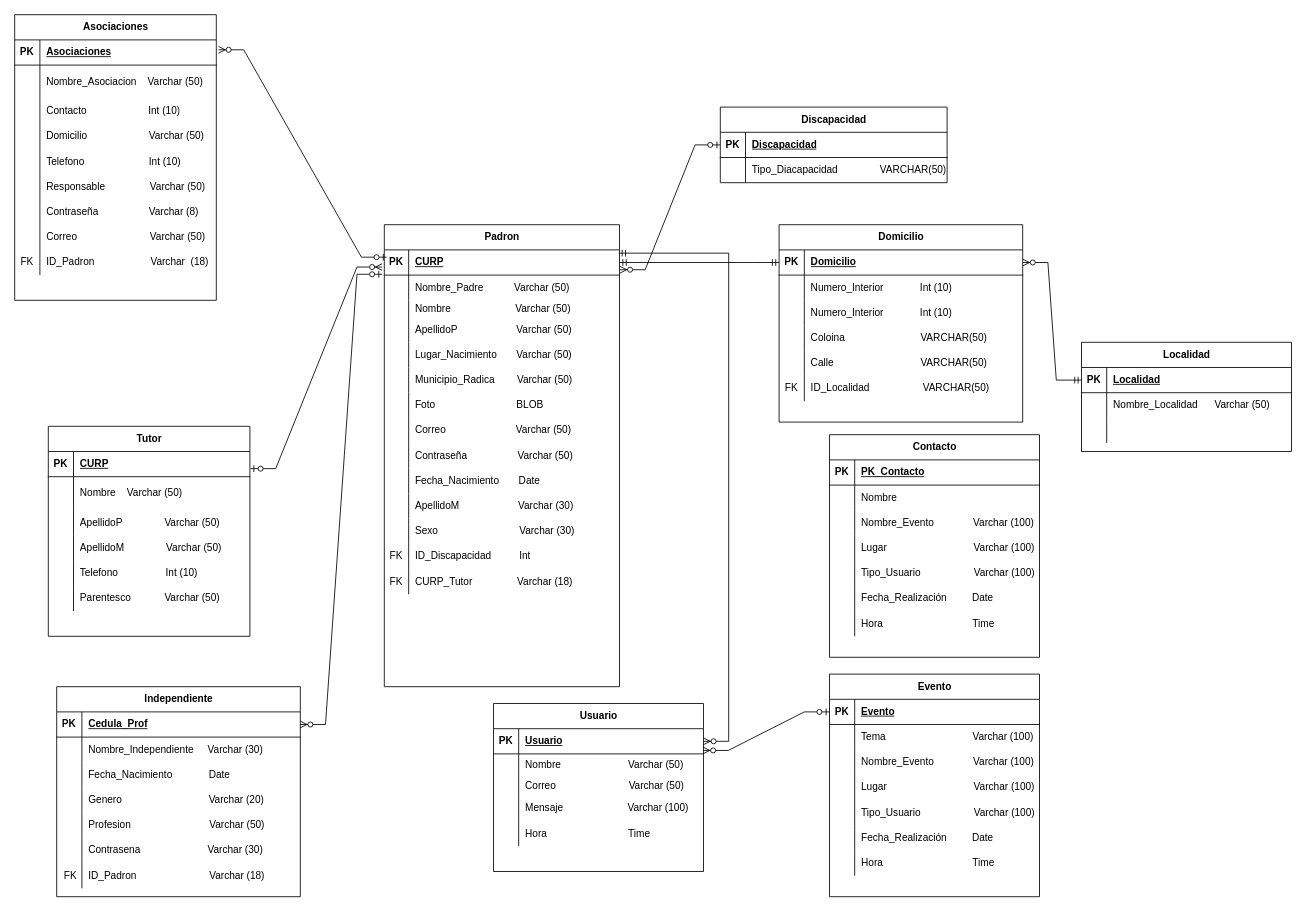
OSCARCH2002/diagramas keeps this draw.io diagram as diccionario_de_datos.drawio. Above is the earlier version. Source tidied: cells renumbered, new cells numbered last; positions are measured from the earlier drawing's top-left corner, leaving out a move shared by most shapes. Both pictures are drawn from the tidied source at 84%, with x=0, y=0 at pixel (14, 14).
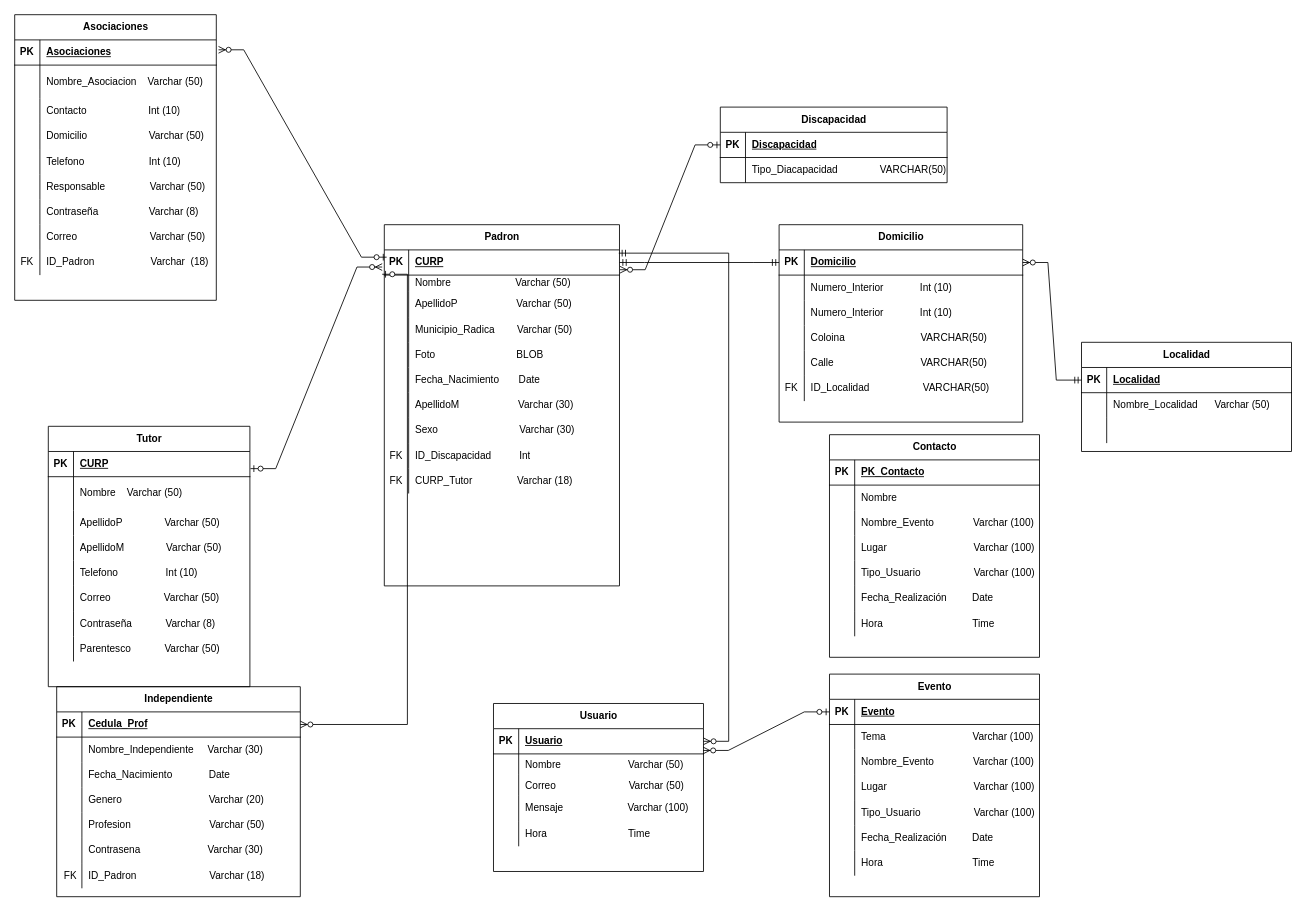
The same diagram, later.

The change refers to these unchanged cells:
```xml
<mxCell id="156" style="shape=tableRow;horizontal=0;startSize=0;swimlaneHead=0;swimlaneBody=0;fillColor=none;points=[[0,0.5],[1,0.5]];portConstraint=eastwest;top=0;left=0;right=0;bottom=1;" parent="155" vertex="1">
  <mxGeometry y="30" width="290" height="30" as="geometry" />
</mxCell>
<mxCell id="193" style="shape=tableRow;horizontal=0;startSize=0;swimlaneHead=0;swimlaneBody=0;fillColor=none;top=0;left=0;right=0;bottom=0;" parent="177" vertex="1">
  <mxGeometry y="190" width="240" height="30" as="geometry" />
</mxCell>
```

What changed in the source:
```diff
@@
     <mxCell id="30" value="Padron" style="shape=table;startSize=30;childLayout=tableLayout;rowLines=0;fontStyle=1;align=center;html=1;" parent="1" vertex="1">
-      <mxGeometry x="440" y="250" width="280" height="550" as="geometry" />
+      <mxGeometry x="440" y="250" width="280" height="430" as="geometry" />
     </mxCell>
@@
-    <mxCell id="34" style="shape=tableRow;horizontal=0;startSize=0;swimlaneHead=0;swimlaneBody=0;fillColor=none;points=[[0,0.5],[1,0.5]];portConstraint=eastwest;top=0;left=0;right=0;bottom=0;" parent="30" vertex="1">
-      <mxGeometry y="60" width="280" height="30" as="geometry" />
-    </mxCell>
-    <mxCell id="35" style="shape=partialRectangle;fillColor=none;top=0;left=0;bottom=0;right=0;overflow=hidden;whiteSpace=wrap;html=1;" parent="34" vertex="1">
-      <mxGeometry width="29" height="30" as="geometry" />
-    </mxCell>
-    <mxCell id="36" value="Nombre_Padre&amp;nbsp; &amp;nbsp; &amp;nbsp; &amp;nbsp; &amp;nbsp; &amp;nbsp;Varchar (50)" style="shape=partialRectangle;fillColor=none;top=0;left=0;bottom=0;right=0;align=left;spacingLeft=6;overflow=hidden;whiteSpace=wrap;html=1;" parent="34" vertex="1">
-      <mxGeometry x="29" width="251" height="30" as="geometry" />
-    </mxCell>
     <mxCell id="37" style="shape=tableRow;horizontal=0;startSize=0;swimlaneHead=0;swimlaneBody=0;fillColor=none;top=0;left=0;right=0;bottom=0;" parent="30" vertex="1">
-      <mxGeometry y="90" width="280" height="20" as="geometry" />
+      <mxGeometry y="60" width="280" height="20" as="geometry" />
     </mxCell>
@@
     <mxCell id="40" style="shape=tableRow;horizontal=0;startSize=0;swimlaneHead=0;swimlaneBody=0;fillColor=none;top=0;left=0;right=0;bottom=0;" parent="30" vertex="1">
-      <mxGeometry y="110" width="280" height="30" as="geometry" />
+      <mxGeometry y="80" width="280" height="30" as="geometry" />
     </mxCell>
@@
-    <mxCell id="43" style="shape=tableRow;horizontal=0;startSize=0;swimlaneHead=0;swimlaneBody=0;fillColor=none;top=0;left=0;right=0;bottom=0;" parent="30" vertex="1">
-      <mxGeometry y="140" width="280" height="30" as="geometry" />
-    </mxCell>
-    <mxCell id="44" style="shape=partialRectangle;fillColor=none;top=0;left=0;bottom=0;right=0;overflow=hidden;whiteSpace=wrap;html=1;" parent="43" vertex="1">
-      <mxGeometry width="29" height="30" as="geometry" />
-    </mxCell>
-    <mxCell id="45" value="Lugar_Nacimiento&amp;nbsp; &amp;nbsp; &amp;nbsp; &amp;nbsp;Varchar (50)" style="shape=partialRectangle;fillColor=none;top=0;left=0;bottom=0;right=0;align=left;spacingLeft=6;overflow=hidden;whiteSpace=wrap;html=1;" parent="43" vertex="1">
-      <mxGeometry x="29" width="251" height="30" as="geometry" />
-    </mxCell>
     <mxCell id="46" style="shape=tableRow;horizontal=0;startSize=0;swimlaneHead=0;swimlaneBody=0;fillColor=none;top=0;left=0;right=0;bottom=0;" parent="30" vertex="1">
-      <mxGeometry y="170" width="280" height="30" as="geometry" />
+      <mxGeometry y="110" width="280" height="30" as="geometry" />
     </mxCell>
@@
     <mxCell id="49" style="shape=tableRow;horizontal=0;startSize=0;swimlaneHead=0;swimlaneBody=0;fillColor=none;top=0;left=0;right=0;bottom=0;" parent="30" vertex="1">
-      <mxGeometry y="200" width="280" height="30" as="geometry" />
+      <mxGeometry y="140" width="280" height="30" as="geometry" />
     </mxCell>
@@
-    <mxCell id="52" style="shape=tableRow;horizontal=0;startSize=0;swimlaneHead=0;swimlaneBody=0;fillColor=none;top=0;left=0;right=0;bottom=0;" parent="30" vertex="1">
-      <mxGeometry y="230" width="280" height="30" as="geometry" />
-    </mxCell>
-    <mxCell id="53" style="shape=partialRectangle;fillColor=none;top=0;left=0;bottom=0;right=0;overflow=hidden;whiteSpace=wrap;html=1;" parent="52" vertex="1">
-      <mxGeometry width="29" height="30" as="geometry" />
-    </mxCell>
-    <mxCell id="54" value="Correo&amp;nbsp; &amp;nbsp; &amp;nbsp; &amp;nbsp; &amp;nbsp; &amp;nbsp; &amp;nbsp; &amp;nbsp; &amp;nbsp; &amp;nbsp; &amp;nbsp; &amp;nbsp; &amp;nbsp;Varchar (50)" style="shape=partialRectangle;fillColor=none;top=0;left=0;bottom=0;right=0;align=left;spacingLeft=6;overflow=hidden;whiteSpace=wrap;html=1;" parent="52" vertex="1">
-      <mxGeometry x="29" width="251" height="30" as="geometry" />
-    </mxCell>
-    <mxCell id="55" style="shape=tableRow;horizontal=0;startSize=0;swimlaneHead=0;swimlaneBody=0;fillColor=none;top=0;left=0;right=0;bottom=0;" parent="30" vertex="1">
-      <mxGeometry y="260" width="280" height="30" as="geometry" />
-    </mxCell>
-    <mxCell id="56" style="shape=partialRectangle;fillColor=none;top=0;left=0;bottom=0;right=0;overflow=hidden;whiteSpace=wrap;html=1;" parent="55" vertex="1">
-      <mxGeometry width="29" height="30" as="geometry" />
-    </mxCell>
-    <mxCell id="57" value="Contraseña&amp;nbsp; &amp;nbsp; &amp;nbsp; &amp;nbsp; &amp;nbsp; &amp;nbsp; &amp;nbsp; &amp;nbsp; &amp;nbsp; Varchar (50)" style="shape=partialRectangle;fillColor=none;top=0;left=0;bottom=0;right=0;align=left;spacingLeft=6;overflow=hidden;whiteSpace=wrap;html=1;" parent="55" vertex="1">
-      <mxGeometry x="29" width="251" height="30" as="geometry" />
-    </mxCell>
     <mxCell id="58" style="shape=tableRow;horizontal=0;startSize=0;swimlaneHead=0;swimlaneBody=0;fillColor=none;top=0;left=0;right=0;bottom=0;" parent="30" vertex="1">
-      <mxGeometry y="290" width="280" height="30" as="geometry" />
+      <mxGeometry y="170" width="280" height="30" as="geometry" />
     </mxCell>
@@
     <mxCell id="61" style="shape=tableRow;horizontal=0;startSize=0;swimlaneHead=0;swimlaneBody=0;fillColor=none;top=0;left=0;right=0;bottom=0;" parent="30" vertex="1">
-      <mxGeometry y="320" width="280" height="30" as="geometry" />
+      <mxGeometry y="200" width="280" height="30" as="geometry" />
     </mxCell>
@@
     <mxCell id="64" style="shape=tableRow;horizontal=0;startSize=0;swimlaneHead=0;swimlaneBody=0;fillColor=none;top=0;left=0;right=0;bottom=0;" parent="30" vertex="1">
-      <mxGeometry y="350" width="280" height="30" as="geometry" />
+      <mxGeometry y="230" width="280" height="30" as="geometry" />
     </mxCell>
@@
     <mxCell id="67" style="shape=tableRow;horizontal=0;startSize=0;swimlaneHead=0;swimlaneBody=0;fillColor=none;top=0;left=0;right=0;bottom=0;" parent="30" vertex="1">
-      <mxGeometry y="380" width="280" height="30" as="geometry" />
+      <mxGeometry y="260" width="280" height="30" as="geometry" />
     </mxCell>
@@
     <mxCell id="70" style="shape=tableRow;horizontal=0;startSize=0;swimlaneHead=0;swimlaneBody=0;fillColor=none;top=0;left=0;right=0;bottom=0;" parent="30" vertex="1">
-      <mxGeometry y="410" width="280" height="30" as="geometry" />
+      <mxGeometry y="290" width="280" height="30" as="geometry" />
     </mxCell>
@@
     <mxCell id="177" value="Tutor" style="shape=table;startSize=30;childLayout=tableLayout;rowLines=0;fontStyle=1;align=center;html=1;" parent="1" vertex="1">
-      <mxGeometry x="40" y="490" width="240" height="250" as="geometry" />
+      <mxGeometry x="40" y="490" width="240" height="310" as="geometry" />
     </mxCell>
@@
-    <mxCell id="195" value="Parentesco&amp;nbsp; &amp;nbsp; &amp;nbsp; &amp;nbsp; &amp;nbsp; &amp;nbsp; Varchar (50)" style="shape=partialRectangle;fillColor=none;top=0;left=0;bottom=0;right=0;align=left;spacingLeft=6;overflow=hidden;whiteSpace=wrap;html=1;" parent="193" vertex="1">
+    <mxCell id="195" value="Correo&amp;nbsp; &amp;nbsp; &amp;nbsp; &amp;nbsp; &amp;nbsp; &amp;nbsp; &amp;nbsp; &amp;nbsp; &amp;nbsp; &amp;nbsp;Varchar (50)" style="shape=partialRectangle;fillColor=none;top=0;left=0;bottom=0;right=0;align=left;spacingLeft=6;overflow=hidden;whiteSpace=wrap;html=1;" parent="193" vertex="1">
       <mxGeometry x="30" width="210" height="30" as="geometry" />
     </mxCell>
+    <mxCell id="226" style="shape=tableRow;horizontal=0;startSize=0;swimlaneHead=0;swimlaneBody=0;fillColor=none;top=0;left=0;right=0;bottom=0;" parent="177" vertex="1">
+      <mxGeometry y="220" width="240" height="30" as="geometry" />
+    </mxCell>
+    <mxCell id="227" style="shape=partialRectangle;fillColor=none;top=0;left=0;bottom=0;right=0;overflow=hidden;whiteSpace=wrap;html=1;" parent="226" vertex="1">
+      <mxGeometry width="30" height="30" as="geometry" />
+    </mxCell>
+    <mxCell id="228" value="Contraseña&amp;nbsp; &amp;nbsp; &amp;nbsp; &amp;nbsp; &amp;nbsp; &amp;nbsp; Varchar (8)" style="shape=partialRectangle;fillColor=none;top=0;left=0;bottom=0;right=0;align=left;spacingLeft=6;overflow=hidden;whiteSpace=wrap;html=1;" parent="226" vertex="1">
+      <mxGeometry x="30" width="210" height="30" as="geometry" />
+    </mxCell>
+    <mxCell id="229" style="shape=tableRow;horizontal=0;startSize=0;swimlaneHead=0;swimlaneBody=0;fillColor=none;top=0;left=0;right=0;bottom=0;" parent="177" vertex="1">
+      <mxGeometry y="250" width="240" height="30" as="geometry" />
+    </mxCell>
+    <mxCell id="230" style="shape=partialRectangle;fillColor=none;top=0;left=0;bottom=0;right=0;overflow=hidden;whiteSpace=wrap;html=1;" parent="229" vertex="1">
+      <mxGeometry width="30" height="30" as="geometry" />
+    </mxCell>
+    <mxCell id="231" value="Parentesco&amp;nbsp; &amp;nbsp; &amp;nbsp; &amp;nbsp; &amp;nbsp; &amp;nbsp; Varchar (50)" style="shape=partialRectangle;fillColor=none;top=0;left=0;bottom=0;right=0;align=left;spacingLeft=6;overflow=hidden;whiteSpace=wrap;html=1;" parent="229" vertex="1">
+      <mxGeometry x="30" width="210" height="30" as="geometry" />
+    </mxCell>
@@
-    <mxCell id="203" style="edgeStyle=entityRelationEdgeStyle;fontSize=12;html=1;endArrow=ERzeroToMany;startArrow=ERzeroToOne;rounded=0;exitX=-0.009;exitY=-0.033;exitDx=0;exitDy=0;exitPerimeter=0;" parent="1" edge="1" source="34" target="156">
-      <mxGeometry relative="1" as="geometry" />
+    <mxCell id="203" style="edgeStyle=entityRelationEdgeStyle;fontSize=12;html=1;endArrow=ERzeroToMany;startArrow=ERzeroToOne;rounded=0;exitX=-0.009;exitY=-0.033;exitDx=0;exitDy=0;exitPerimeter=0;" parent="1" edge="1" target="156">
+      <mxGeometry relative="1" as="geometry">
+        <mxPoint x="437.5" y="309" as="sourcePoint" />
+      </mxGeometry>
     </mxCell>
```
